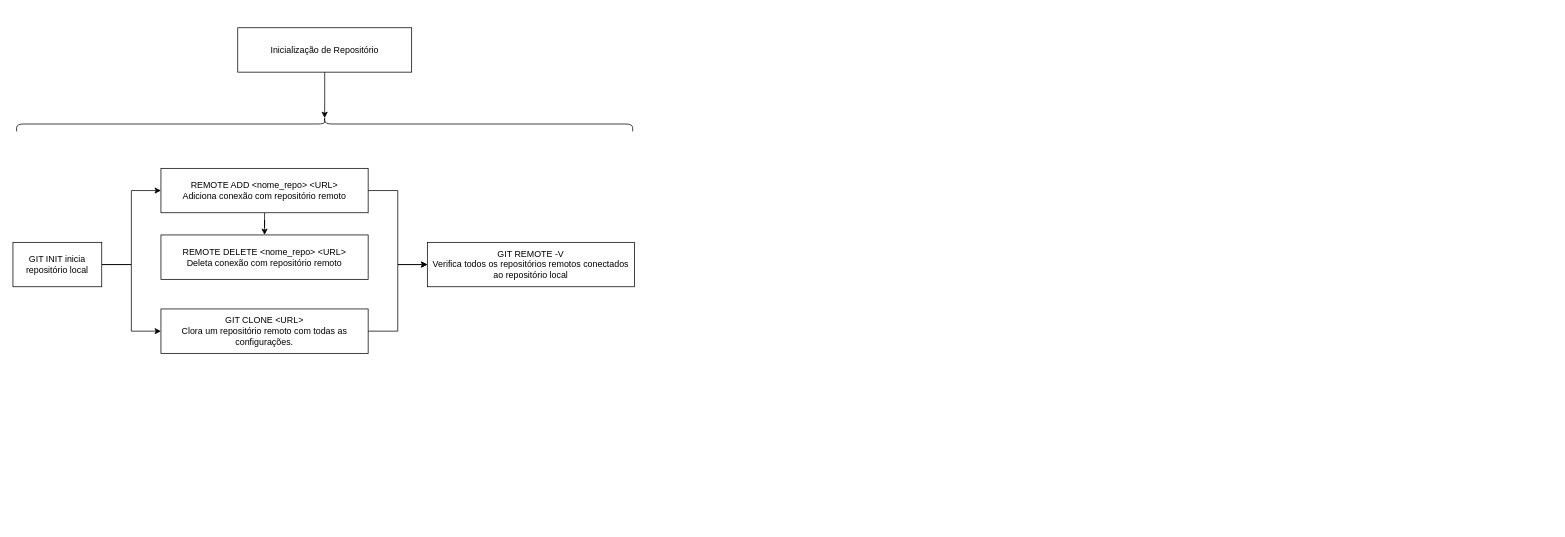
The draw.io diagram Draw_Git/Funcionamento_Git.drawio in Gabrielnbr/Draw, before the edit. Source tidied: cells renumbered, new cells numbered last; positions are measured from the earlier drawing's top-left corner, leaving out a move shared by most shapes. Both pictures are drawn from the tidied source at 74%, with x=0, y=0 at pixel (13, -184).
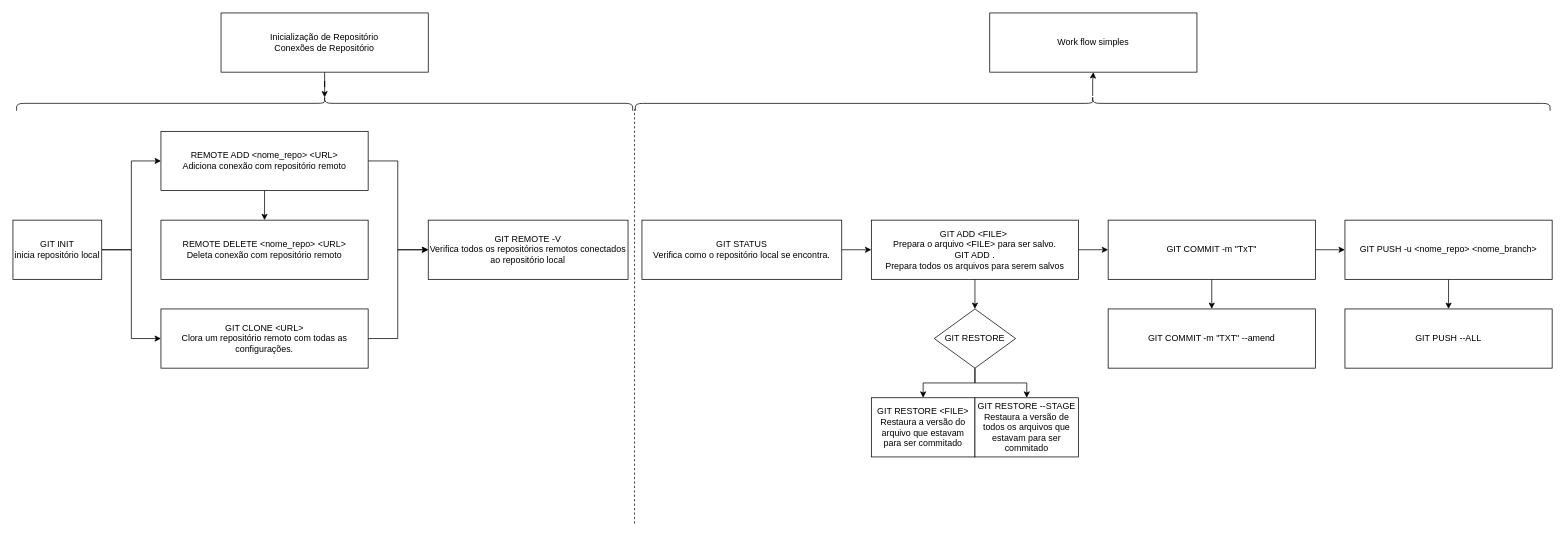
The same diagram, later.

Commit message:
feature workflow simples concluido

Diff of the diagram source:
```diff
@@
     <mxCell id="2" style="edgeStyle=orthogonalEdgeStyle;rounded=0;jettySize=auto;html=1;" parent="1" edge="1" source="4" target="7">
       <mxGeometry relative="1" as="geometry">
         <Array as="points">
-          <mxPoint x="160" y="606" />
-          <mxPoint x="160" y="506" />
+          <mxPoint x="160" y="586" />
+          <mxPoint x="160" y="466" />
         </Array>
       </mxGeometry>
     </mxCell>
     <mxCell id="3" style="edgeStyle=orthogonalEdgeStyle;rounded=0;jettySize=auto;html=1;entryX=0;entryY=0.5;entryDx=0;entryDy=0;" parent="1" edge="1" source="4" target="13">
       <mxGeometry relative="1" as="geometry">
         <Array as="points">
-          <mxPoint x="160" y="606" />
-          <mxPoint x="160" y="696" />
+          <mxPoint x="160" y="586" />
+          <mxPoint x="160" y="706" />
         </Array>
       </mxGeometry>
     </mxCell>
-    <mxCell id="4" value="GIT INIT inicia repositório local" style="rounded=0;whiteSpace=wrap;html=1;" parent="1" vertex="1">
-      <mxGeometry y="576" width="120" height="60" as="geometry" />
+    <mxCell id="4" value="GIT INIT&lt;br&gt;inicia repositório local" style="rounded=0;whiteSpace=wrap;html=1;" parent="1" vertex="1">
+      <mxGeometry y="546" width="120" height="80" as="geometry" />
     </mxCell>
@@
     <mxCell id="6" style="edgeStyle=orthogonalEdgeStyle;rounded=0;jettySize=auto;html=1;" parent="1" edge="1" source="7" target="14">
       <mxGeometry relative="1" as="geometry">
         <Array as="points">
-          <mxPoint x="520" y="506" />
-          <mxPoint x="520" y="606" />
+          <mxPoint x="520" y="466" />
+          <mxPoint x="520" y="586" />
         </Array>
       </mxGeometry>
     </mxCell>
     <mxCell id="7" value="REMOTE ADD &amp;lt;nome_repo&amp;gt; &amp;lt;URL&amp;gt;&lt;br&gt;Adiciona conexão com repositório remoto" style="rounded=0;whiteSpace=wrap;html=1;" parent="1" vertex="1">
-      <mxGeometry x="200" y="476" width="280" height="60" as="geometry" />
+      <mxGeometry x="200" y="426" width="280" height="80" as="geometry" />
     </mxCell>
     <mxCell id="8" style="shape=curlyBracket;whiteSpace=wrap;html=1;rounded=1;labelPosition=left;verticalLabelPosition=middle;align=right;verticalAlign=middle;rotation=90;" parent="1" vertex="1">
-      <mxGeometry x="411.2" y="-0.2" width="20" height="832.5" as="geometry" />
+      <mxGeometry x="411.2" y="-28.1" width="20" height="832.5" as="geometry" />
     </mxCell>
@@
-    <mxCell id="10" value="Inicialização de Repositório" style="rounded=0;whiteSpace=wrap;html=1;" parent="1" vertex="1">
-      <mxGeometry x="303.8" y="286" width="235" height="60" as="geometry" />
+    <mxCell id="10" value="Inicialização de Repositório&lt;br&gt;Conexões de Repositório" style="rounded=0;whiteSpace=wrap;html=1;" parent="1" vertex="1">
+      <mxGeometry x="281.2" y="266" width="280" height="80" as="geometry" />
     </mxCell>
     <mxCell id="11" value="REMOTE DELETE &amp;lt;nome_repo&amp;gt; &amp;lt;URL&amp;gt;&lt;br&gt;Deleta conexão com repositório remoto" style="rounded=0;whiteSpace=wrap;html=1;" parent="1" vertex="1">
-      <mxGeometry x="200" y="566" width="280" height="60" as="geometry" />
+      <mxGeometry x="200" y="546" width="280" height="80" as="geometry" />
     </mxCell>
     <mxCell id="12" style="edgeStyle=orthogonalEdgeStyle;rounded=0;jettySize=auto;html=1;entryX=0;entryY=0.5;entryDx=0;entryDy=0;" parent="1" edge="1" source="13" target="14">
       <mxGeometry relative="1" as="geometry">
         <Array as="points">
-          <mxPoint x="520" y="696" />
-          <mxPoint x="520" y="606" />
+          <mxPoint x="520" y="706" />
+          <mxPoint x="520" y="586" />
         </Array>
       </mxGeometry>
     </mxCell>
     <mxCell id="13" value="GIT CLONE &amp;lt;URL&amp;gt;&lt;br&gt;Clora um repositório remoto com todas as configurações." style="rounded=0;whiteSpace=wrap;html=1;" parent="1" vertex="1">
-      <mxGeometry x="200" y="666" width="280" height="60" as="geometry" />
+      <mxGeometry x="200" y="666" width="280" height="80" as="geometry" />
     </mxCell>
     <mxCell id="14" value="GIT REMOTE -V&lt;br&gt;Verifica todos os repositórios remotos conectados ao repositório local" style="whiteSpace=wrap;html=1;rounded=0;" parent="1" vertex="1">
-      <mxGeometry x="560" y="576" width="280" height="60" as="geometry" />
+      <mxGeometry x="561.2" y="546" width="270" height="80" as="geometry" />
     </mxCell>
+    <mxCell id="15" style="edgeStyle=orthogonalEdgeStyle;rounded=0;jettySize=auto;html=1;" parent="1" edge="1" source="16" target="35">
+      <mxGeometry relative="1" as="geometry" />
+    </mxCell>
+    <mxCell id="16" style="shape=curlyBracket;whiteSpace=wrap;html=1;rounded=1;labelPosition=left;verticalLabelPosition=middle;align=right;verticalAlign=middle;rotation=90;" parent="1" vertex="1">
+      <mxGeometry x="1449.1" y="-229.9" width="20" height="1236.2" as="geometry" />
+    </mxCell>
+    <mxCell id="17" style="edgeStyle=orthogonalEdgeStyle;rounded=0;jettySize=auto;html=1;" parent="1" edge="1" source="18" target="27">
+      <mxGeometry relative="1" as="geometry" />
+    </mxCell>
+    <mxCell id="18" value="GIT STATUS&lt;br&gt;Verifica como o repositório local se encontra." style="rounded=0;whiteSpace=wrap;html=1;" parent="1" vertex="1">
+      <mxGeometry x="850" y="546" width="270" height="80" as="geometry" />
+    </mxCell>
+    <mxCell id="19" style="edgeStyle=orthogonalEdgeStyle;rounded=0;jettySize=auto;html=1;" parent="1" edge="1" source="21" target="22">
+      <mxGeometry relative="1" as="geometry" />
+    </mxCell>
+    <mxCell id="20" style="edgeStyle=orthogonalEdgeStyle;rounded=0;jettySize=auto;html=1;" parent="1" edge="1" source="21" target="23">
+      <mxGeometry relative="1" as="geometry" />
+    </mxCell>
+    <mxCell id="21" value="GIT RESTORE" style="rhombus;whiteSpace=wrap;html=1;rounded=0;" parent="1" vertex="1">
+      <mxGeometry x="1245" y="666" width="110" height="80" as="geometry" />
+    </mxCell>
+    <mxCell id="22" value="GIT RESTORE &amp;lt;FILE&amp;gt;&lt;br&gt;Restaura a versão do arquivo que estavam para ser commitado" style="whiteSpace=wrap;html=1;rounded=0;" parent="1" vertex="1">
+      <mxGeometry x="1160" y="786" width="140" height="80" as="geometry" />
+    </mxCell>
+    <mxCell id="23" value="GIT RESTORE --STAGE&lt;br&gt;Restaura a versão de todos os arquivos que estavam para ser commitado" style="whiteSpace=wrap;html=1;rounded=0;" parent="1" vertex="1">
+      <mxGeometry x="1300" y="786" width="140" height="80" as="geometry" />
+    </mxCell>
+    <mxCell id="24" style="endArrow=none;dashed=1;html=1;rounded=0;" parent="1" edge="1">
+      <mxGeometry relative="1" as="geometry">
+        <mxPoint x="840" y="956" as="sourcePoint" />
+        <mxPoint x="840" y="396" as="targetPoint" />
+      </mxGeometry>
+    </mxCell>
+    <mxCell id="25" style="edgeStyle=orthogonalEdgeStyle;rounded=0;jettySize=auto;html=1;entryX=0.5;entryY=0;entryDx=0;entryDy=0;" parent="1" edge="1" source="27" target="21">
+      <mxGeometry relative="1" as="geometry" />
+    </mxCell>
+    <mxCell id="26" style="edgeStyle=orthogonalEdgeStyle;rounded=0;jettySize=auto;html=1;" parent="1" edge="1" source="27" target="30">
+      <mxGeometry relative="1" as="geometry" />
+    </mxCell>
+    <mxCell id="27" value="GIT ADD &amp;lt;FILE&amp;gt;&amp;nbsp;&lt;br&gt;Prepara o arquivo &amp;lt;FILE&amp;gt; para ser salvo.&lt;br&gt;GIT ADD .&lt;br&gt;Prepara todos os arquivos para serem salvos" style="whiteSpace=wrap;html=1;rounded=0;" parent="1" vertex="1">
+      <mxGeometry x="1160" y="546" width="280" height="80" as="geometry" />
+    </mxCell>
+    <mxCell id="28" style="edgeStyle=orthogonalEdgeStyle;rounded=0;jettySize=auto;html=1;" parent="1" edge="1" source="30" target="31">
+      <mxGeometry relative="1" as="geometry" />
+    </mxCell>
+    <mxCell id="29" style="edgeStyle=orthogonalEdgeStyle;rounded=0;jettySize=auto;html=1;" parent="1" edge="1" source="30" target="33">
+      <mxGeometry relative="1" as="geometry" />
+    </mxCell>
+    <mxCell id="30" value="GIT COMMIT -m &quot;TxT&quot;" style="whiteSpace=wrap;html=1;rounded=0;" parent="1" vertex="1">
+      <mxGeometry x="1480" y="546" width="280" height="80" as="geometry" />
+    </mxCell>
+    <mxCell id="31" value="GIT COMMIT -m &quot;TXT&quot; --amend" style="whiteSpace=wrap;html=1;rounded=0;" parent="1" vertex="1">
+      <mxGeometry x="1480" y="666" width="280" height="80" as="geometry" />
+    </mxCell>
+    <mxCell id="32" style="edgeStyle=orthogonalEdgeStyle;rounded=0;jettySize=auto;html=1;" parent="1" edge="1" source="33" target="34">
+      <mxGeometry relative="1" as="geometry" />
+    </mxCell>
+    <mxCell id="33" value="GIT PUSH -u &amp;lt;nome_repo&amp;gt; &amp;lt;nome_branch&amp;gt;" style="whiteSpace=wrap;html=1;rounded=0;" parent="1" vertex="1">
+      <mxGeometry x="1800" y="546" width="280" height="80" as="geometry" />
+    </mxCell>
+    <mxCell id="34" value="GIT PUSH --ALL" style="whiteSpace=wrap;html=1;rounded=0;" parent="1" vertex="1">
+      <mxGeometry x="1800" y="666" width="280" height="80" as="geometry" />
+    </mxCell>
+    <mxCell id="35" value="Work flow simples" style="whiteSpace=wrap;html=1;align=center;rounded=0;" parent="1" vertex="1">
+      <mxGeometry x="1320" y="266" width="280" height="80" as="geometry" />
+    </mxCell>
```
